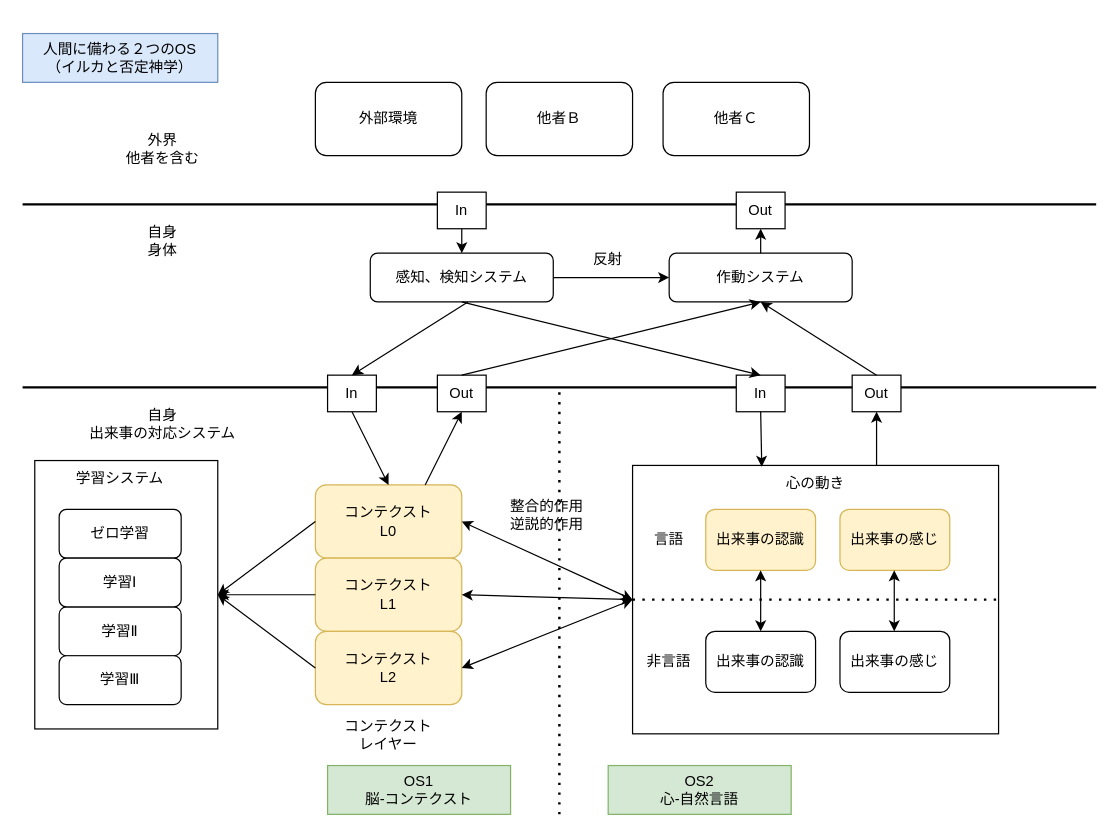
Above: dialog/qiita_bias/qiita_voice2_os.drawio in YossyIto/booklog_drowio (draw.io), before the change. Source tidied: cells renumbered, new cells numbered last; positions are measured from the earlier drawing's top-left corner, leaving out a move shared by most shapes. Both pictures are drawn from the tidied source at 122%, with x=0, y=0 at pixel (22, 33).
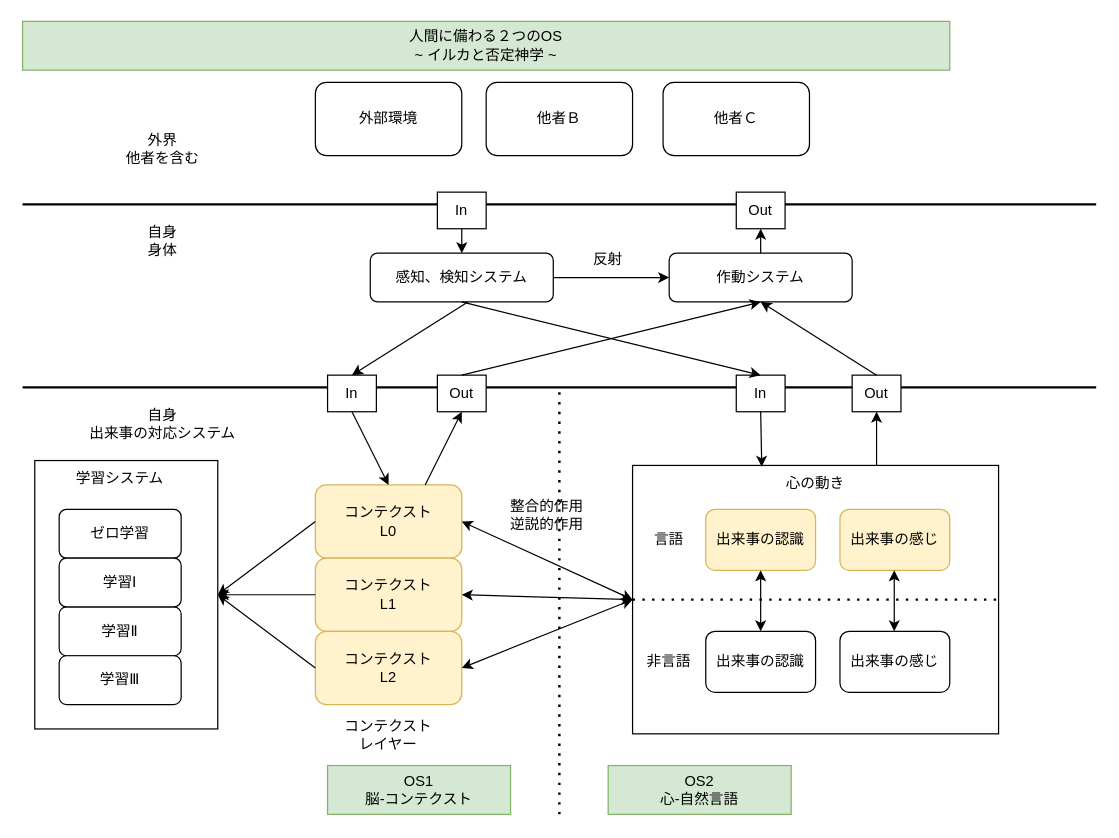
The same page after the edit.

Change to the diagram source:
```diff
@@
-    <mxCell id="4" value="&lt;div&gt;人間に備わる&lt;span style=&quot;background-color: transparent; color: light-dark(rgb(0, 0, 0), rgb(255, 255, 255));&quot;&gt;２つのOS&lt;/span&gt;&lt;/div&gt;&lt;div&gt;&lt;span style=&quot;background-color: transparent; color: light-dark(rgb(0, 0, 0), rgb(255, 255, 255));&quot;&gt;（イルカと否定神学）&lt;/span&gt;&lt;/div&gt;" style="text;html=1;align=center;verticalAlign=middle;whiteSpace=wrap;rounded=0;fillColor=#dae8fc;strokeColor=#6c8ebf;" parent="1" vertex="1">
-      <mxGeometry width="160" height="40" as="geometry" />
+    <mxCell id="4" value="&lt;div&gt;人間に備わる&lt;span style=&quot;background-color: transparent; color: light-dark(rgb(0, 0, 0), rgb(255, 255, 255));&quot;&gt;２つのOS&lt;/span&gt;&lt;/div&gt;&lt;div&gt;&lt;span style=&quot;background-color: transparent; color: light-dark(rgb(0, 0, 0), rgb(255, 255, 255));&quot;&gt;~ イルカと否定神学 ~&lt;/span&gt;&lt;/div&gt;" style="text;html=1;align=center;verticalAlign=middle;whiteSpace=wrap;rounded=0;fillColor=#d5e8d4;strokeColor=#82b366;" parent="1" vertex="1">
+      <mxGeometry y="-10" width="760" height="40" as="geometry" />
     </mxCell>
```
